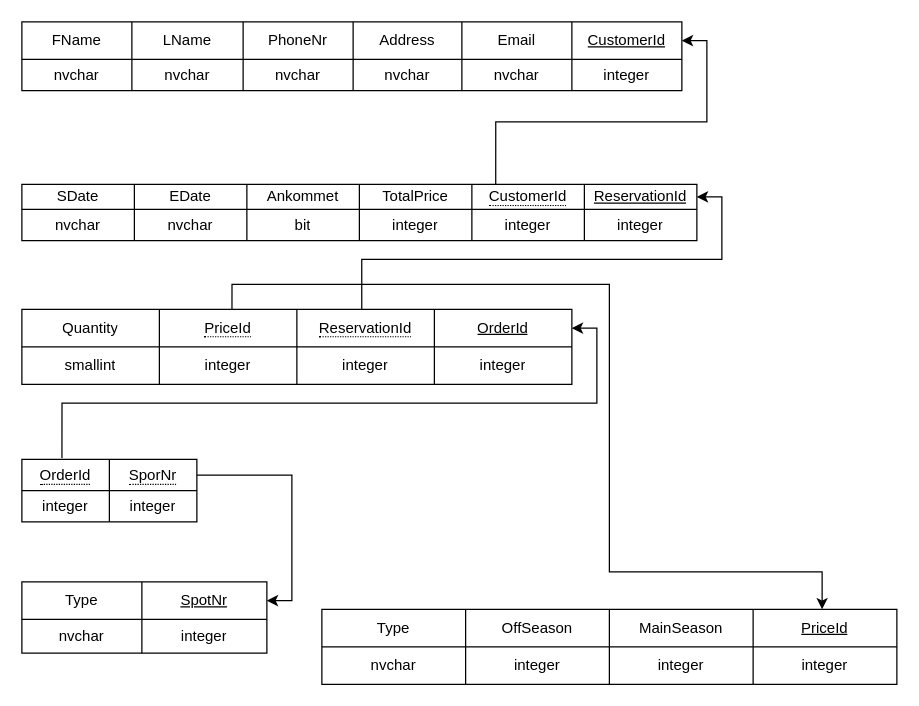
The draw.io diagram Documentation/RDS Diagram.drawio in emils0/Campingpladsen-improved, before the edit. Source tidied: cells renumbered, new cells numbered last; positions are measured from the earlier drawing's top-left corner, leaving out a move shared by most shapes. Both pictures are drawn from the tidied source at 125%, with x=0, y=0 at pixel (21, 21).
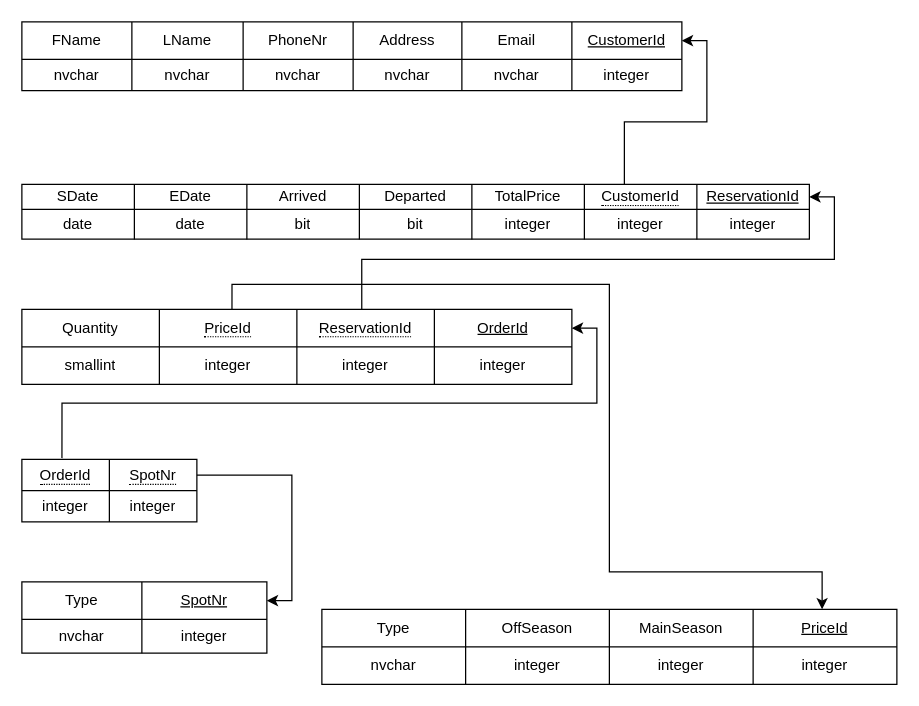
The same page after the edit.

Unchanged cells that the change refers to:
```xml
<mxCell id="4" style="shape=partialRectangle;fillColor=none;top=0;left=0;bottom=0;right=0;points=[[0,0.5],[1,0.5]];portConstraint=eastwest;" parent="3" vertex="1">
  <mxGeometry width="528" height="30" as="geometry" />
</mxCell>
<mxCell id="66" style="shape=partialRectangle;fillColor=none;top=0;left=0;bottom=0;right=0;points=[[0,0.5],[1,0.5]];portConstraint=eastwest;" parent="65" vertex="1">
  <mxGeometry width="140" height="25" as="geometry" />
</mxCell>
```

The edit, as a diff of the source:
```diff
@@
     <mxCell id="2" style="edgeStyle=orthogonalEdgeStyle;rounded=0;jettySize=auto;html=1;entryX=0.702;entryY=0.05;entryDx=0;entryDy=0;entryPerimeter=0;exitX=1;exitY=0.5;exitDx=0;exitDy=0;startArrow=classic;startFill=1;endArrow=none;endFill=0;" parent="1" edge="1" source="4" target="19">
-      <mxGeometry relative="1" as="geometry" />
+      <mxGeometry relative="1" as="geometry">
+        <Array as="points">
+          <mxPoint x="548" y="15" />
+          <mxPoint x="548" y="80" />
+          <mxPoint x="482" y="80" />
+          <mxPoint x="482" y="131" />
+        </Array>
+      </mxGeometry>
     </mxCell>
@@
     <mxCell id="18" style="shape=table;startSize=0;childLayout=tableLayout;" parent="1" vertex="1">
-      <mxGeometry y="130" width="540" height="45" as="geometry" />
+      <mxGeometry y="130" width="630" height="43.8" as="geometry" />
     </mxCell>
     <mxCell id="19" style="shape=partialRectangle;fillColor=none;top=0;left=0;bottom=0;right=0;points=[[0,0.5],[1,0.5]];portConstraint=eastwest;" parent="18" vertex="1">
-      <mxGeometry width="540" height="20" as="geometry" />
+      <mxGeometry width="630" height="20" as="geometry" />
     </mxCell>
@@
-    <mxCell id="22" value="Ankommet" style="shape=partialRectangle;html=1;whiteSpace=wrap;overflow=hidden;fillColor=none;top=0;left=0;bottom=0;right=0;" parent="19" vertex="1">
+    <mxCell id="22" value="Arrived" style="shape=partialRectangle;html=1;whiteSpace=wrap;overflow=hidden;fillColor=none;top=0;left=0;bottom=0;right=0;" parent="19" vertex="1">
       <mxGeometry x="180" width="90" height="20" as="geometry" />
     </mxCell>
+    <mxCell id="73" value="Departed" style="shape=partialRectangle;html=1;whiteSpace=wrap;overflow=hidden;fillColor=none;top=0;left=0;bottom=0;right=0;" parent="19" vertex="1">
+      <mxGeometry x="270" width="90" height="20" as="geometry" />
+    </mxCell>
     <mxCell id="23" value="TotalPrice" style="shape=partialRectangle;html=1;whiteSpace=wrap;overflow=hidden;fillColor=none;top=0;left=0;bottom=0;right=0;" parent="19" vertex="1">
-      <mxGeometry x="270" width="90" height="20" as="geometry" />
+      <mxGeometry x="360" width="90" height="20" as="geometry" />
     </mxCell>
     <mxCell id="24" value="&lt;div style=&quot;border-bottom: 1px dotted black&quot;&gt;CustomerId&lt;/div&gt;" style="shape=partialRectangle;html=1;whiteSpace=wrap;overflow=hidden;fillColor=none;top=0;left=0;bottom=0;right=0;" parent="19" vertex="1">
-      <mxGeometry x="360" width="90" height="20" as="geometry" />
+      <mxGeometry x="450" width="90" height="20" as="geometry" />
     </mxCell>
     <mxCell id="25" value="&lt;u&gt;ReservationId&lt;/u&gt;" style="shape=partialRectangle;html=1;whiteSpace=wrap;overflow=hidden;fillColor=none;top=0;left=0;bottom=0;right=0;" parent="19" vertex="1">
-      <mxGeometry x="450" width="90" height="20" as="geometry" />
+      <mxGeometry x="540" width="90" height="20" as="geometry" />
     </mxCell>
     <mxCell id="26" style="shape=partialRectangle;fillColor=none;top=0;left=0;bottom=0;right=0;" parent="18" vertex="1">
-      <mxGeometry y="20" width="540" height="25" as="geometry" />
+      <mxGeometry y="20" width="630" height="24" as="geometry" />
     </mxCell>
-    <mxCell id="27" value="nvchar" style="shape=partialRectangle;html=1;whiteSpace=wrap;overflow=hidden;fillColor=none;top=0;left=0;bottom=0;right=0;" parent="26" vertex="1">
-      <mxGeometry width="90" height="25" as="geometry" />
+    <mxCell id="27" value="date" style="shape=partialRectangle;html=1;whiteSpace=wrap;overflow=hidden;fillColor=none;top=0;left=0;bottom=0;right=0;" parent="26" vertex="1">
+      <mxGeometry width="90" height="24" as="geometry" />
     </mxCell>
-    <mxCell id="28" value="nvchar" style="shape=partialRectangle;html=1;whiteSpace=wrap;overflow=hidden;fillColor=none;top=0;left=0;bottom=0;right=0;" parent="26" vertex="1">
-      <mxGeometry x="90" width="90" height="25" as="geometry" />
+    <mxCell id="28" value="date" style="shape=partialRectangle;html=1;whiteSpace=wrap;overflow=hidden;fillColor=none;top=0;left=0;bottom=0;right=0;" parent="26" vertex="1">
+      <mxGeometry x="90" width="90" height="24" as="geometry" />
     </mxCell>
     <mxCell id="29" value="bit" style="shape=partialRectangle;html=1;whiteSpace=wrap;overflow=hidden;fillColor=none;top=0;left=0;bottom=0;right=0;" parent="26" vertex="1">
-      <mxGeometry x="180" width="90" height="25" as="geometry" />
+      <mxGeometry x="180" width="90" height="24" as="geometry" />
     </mxCell>
+    <mxCell id="74" value="bit" style="shape=partialRectangle;html=1;whiteSpace=wrap;overflow=hidden;fillColor=none;top=0;left=0;bottom=0;right=0;" parent="26" vertex="1">
+      <mxGeometry x="270" width="90" height="24" as="geometry" />
+    </mxCell>
     <mxCell id="30" value="integer" style="shape=partialRectangle;html=1;whiteSpace=wrap;overflow=hidden;fillColor=none;top=0;left=0;bottom=0;right=0;" parent="26" vertex="1">
-      <mxGeometry x="270" width="90" height="25" as="geometry" />
+      <mxGeometry x="360" width="90" height="24" as="geometry" />
     </mxCell>
     <mxCell id="31" value="integer" style="shape=partialRectangle;html=1;whiteSpace=wrap;overflow=hidden;fillColor=none;top=0;left=0;bottom=0;right=0;" parent="26" vertex="1">
-      <mxGeometry x="360" width="90" height="25" as="geometry" />
+      <mxGeometry x="450" width="90" height="24" as="geometry" />
     </mxCell>
     <mxCell id="32" value="integer" style="shape=partialRectangle;html=1;whiteSpace=wrap;overflow=hidden;fillColor=none;top=0;left=0;bottom=0;right=0;" parent="26" vertex="1">
-      <mxGeometry x="450" width="90" height="25" as="geometry" />
+      <mxGeometry x="540" width="90" height="24" as="geometry" />
     </mxCell>
@@
-    <mxCell id="68" value="&lt;div style=&quot;border-bottom: 1px dotted&quot;&gt;SporNr&lt;/div&gt;" style="shape=partialRectangle;html=1;whiteSpace=wrap;overflow=hidden;fillColor=none;top=0;left=0;bottom=0;right=0;" parent="66" vertex="1">
+    <mxCell id="68" value="&lt;div style=&quot;border-bottom: 1px dotted&quot;&gt;SpotNr&lt;/div&gt;" style="shape=partialRectangle;html=1;whiteSpace=wrap;overflow=hidden;fillColor=none;top=0;left=0;bottom=0;right=0;" parent="66" vertex="1">
       <mxGeometry x="70" width="70" height="25" as="geometry" />
     </mxCell>
```
